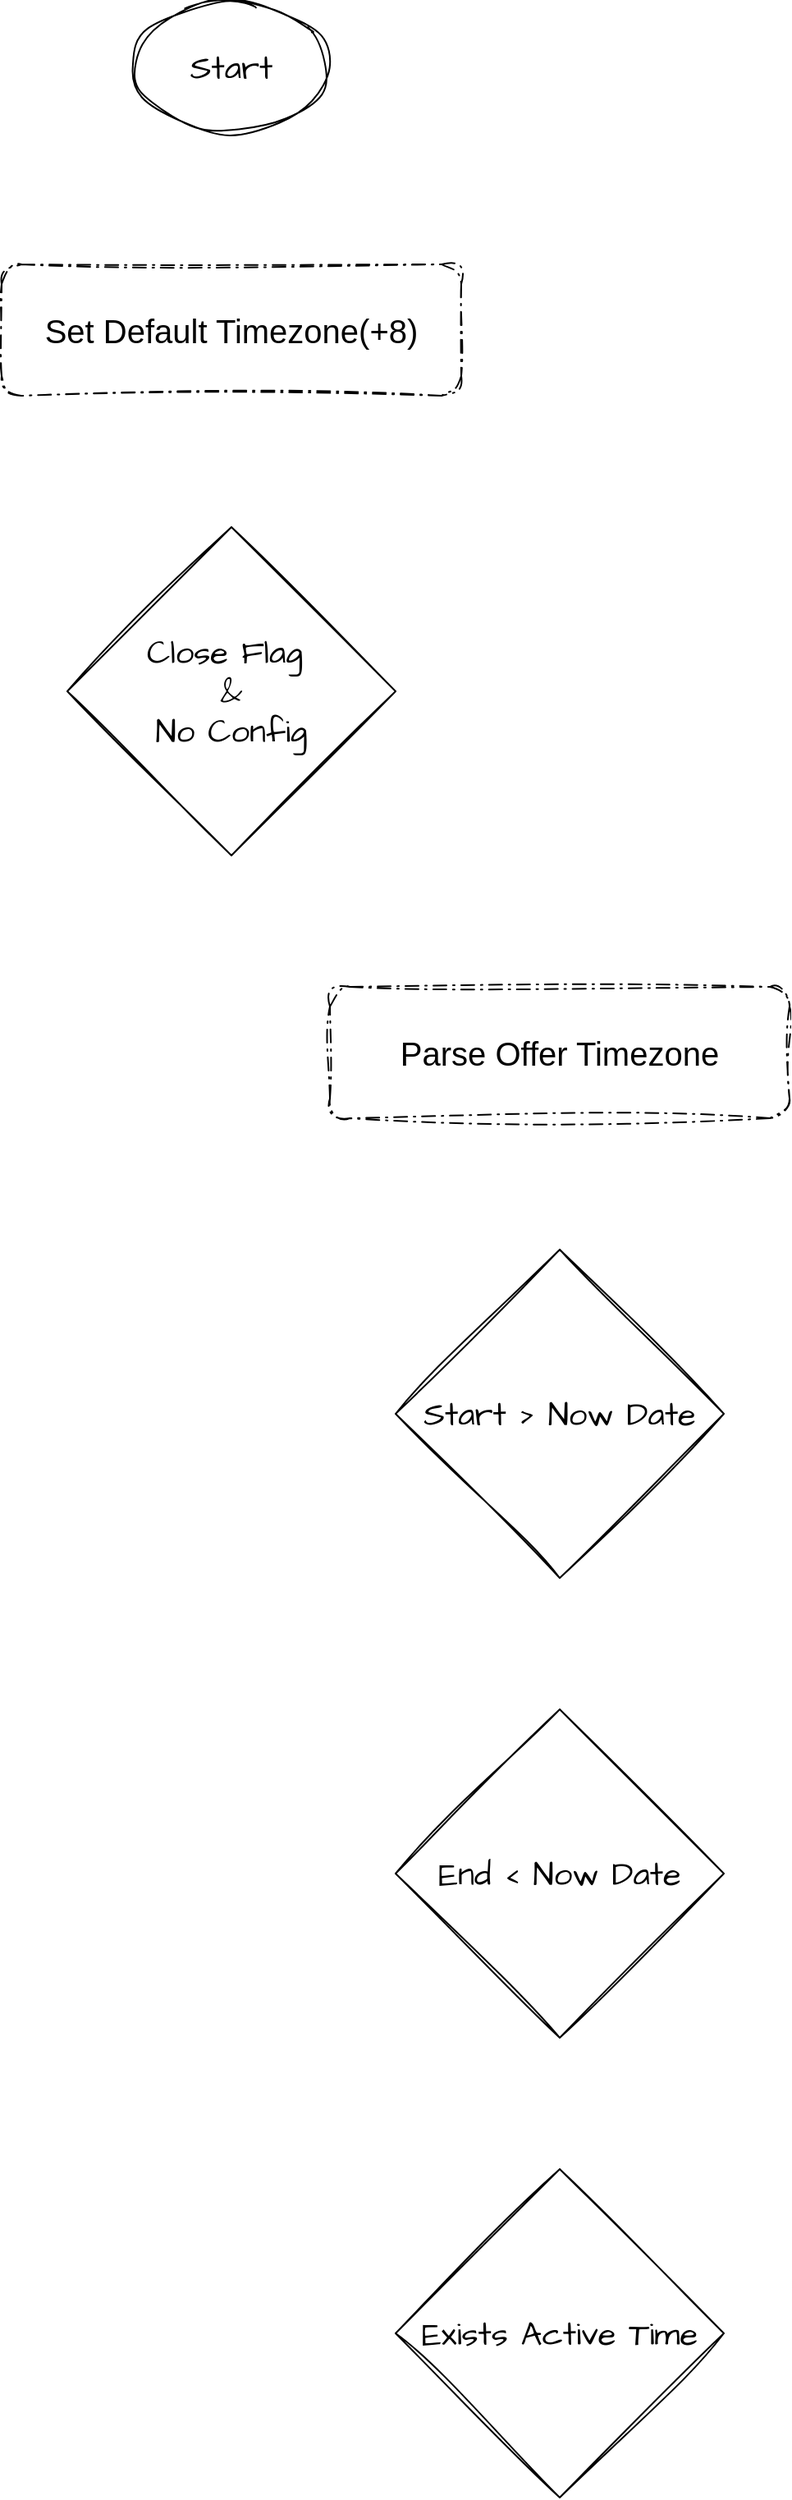
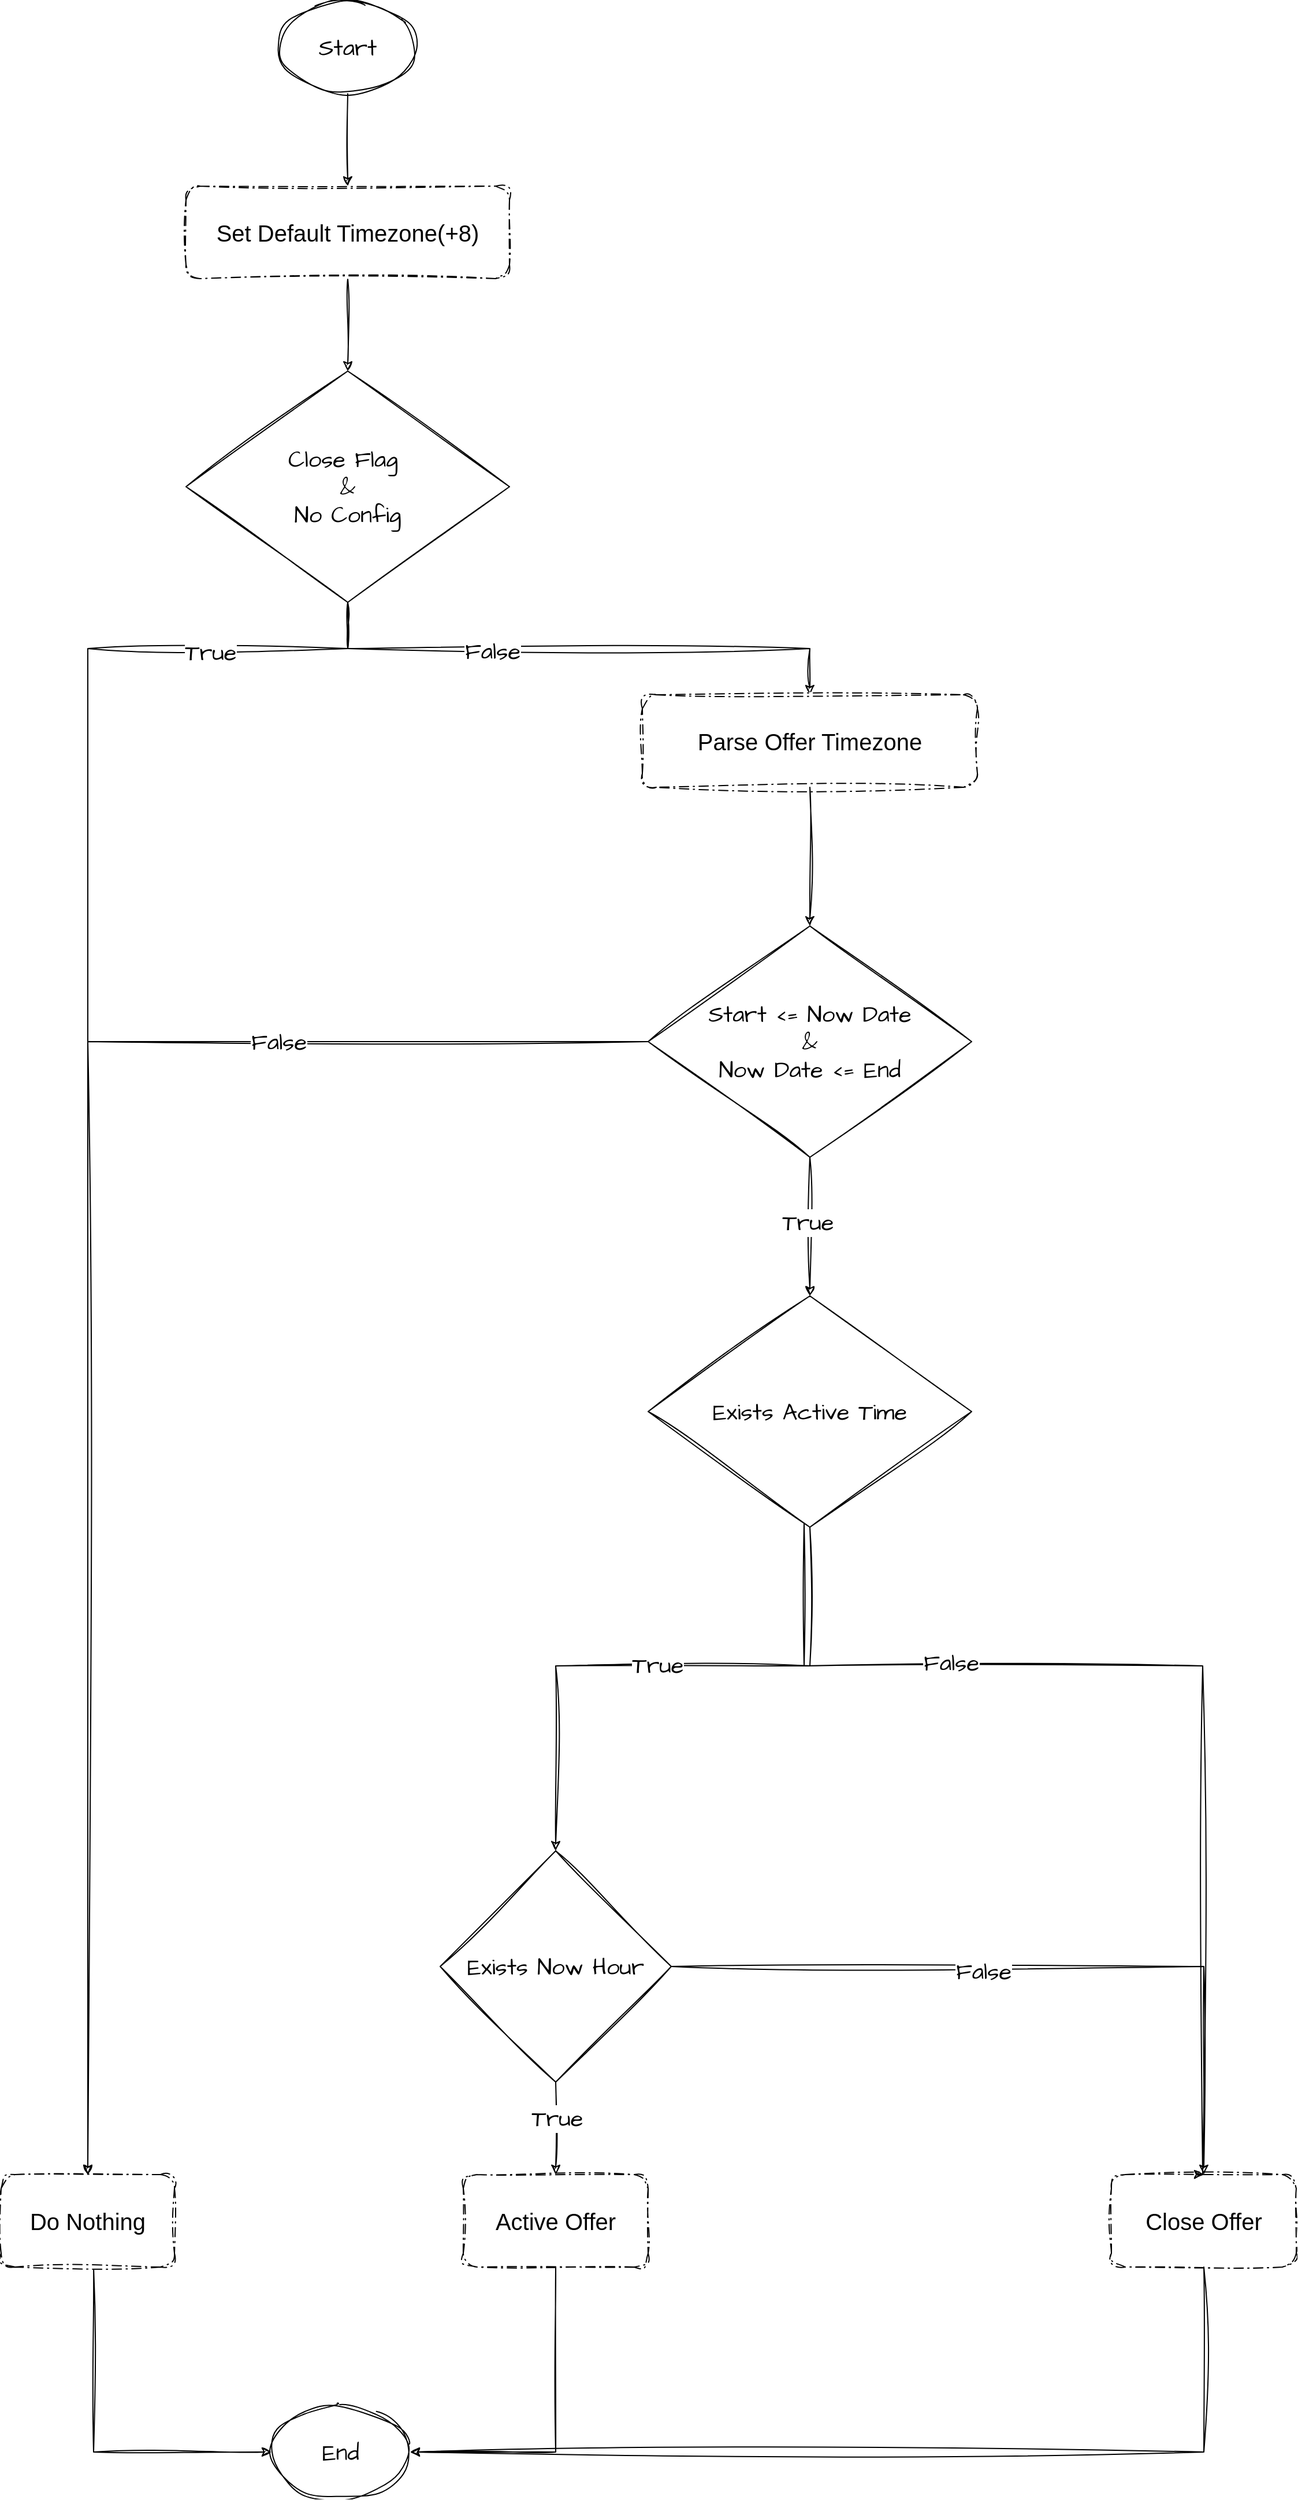
<mxfile host="app.diagrams.net">
  <diagram name="第 1 页" id="VsYsFdBfNe442GyCVAxC">
-     <mxGraphModel dx="1183" dy="1923" grid="1" gridSize="10" guides="1" tooltips="1" connect="1" arrows="1" fold="1" page="1" pageScale="1" pageWidth="827" pageHeight="1169" math="0" shadow="0">
+     <mxGraphModel dx="1820" dy="2329" grid="1" gridSize="10" guides="1" tooltips="1" connect="1" arrows="1" fold="1" page="1" pageScale="1" pageWidth="827" pageHeight="1169" math="0" shadow="0">
      <root>
        <mxCell id="0" />
        <mxCell id="1" parent="0" />
+         <mxCell id="EiLqpoIhUZTSIZsp2EPO-7" edge="1" parent="1" source="5ZYaU1pR79sKtBdsva1v-1" style="edgeStyle=orthogonalEdgeStyle;rounded=0;sketch=1;hachureGap=4;jiggle=2;curveFitting=1;orthogonalLoop=1;jettySize=auto;html=1;fontFamily=Architects Daughter;fontSource=https%3A%2F%2Ffonts.googleapis.com%2Fcss%3Ffamily%3DArchitects%2BDaughter;" target="5ZYaU1pR79sKtBdsva1v-3" value="">
+           <mxGeometry relative="1" as="geometry" />
+         </mxCell>
        <mxCell id="5ZYaU1pR79sKtBdsva1v-1" parent="1" style="rounded=1;whiteSpace=wrap;html=1;sketch=1;curveFitting=1;jiggle=2;dashed=1;dashPattern=8 4 1 4;" value="&lt;font style=&quot;font-size: 20px;&quot;&gt;Set Default Timezone(+8)&lt;/font&gt;" vertex="1">
-           <mxGeometry height="80" width="280" x="240" y="120" as="geometry" />
+           <mxGeometry height="80" width="280" x="280" y="120" as="geometry" />
+         </mxCell>
+         <mxCell id="EiLqpoIhUZTSIZsp2EPO-6" edge="1" parent="1" source="5ZYaU1pR79sKtBdsva1v-2" style="edgeStyle=orthogonalEdgeStyle;rounded=0;sketch=1;hachureGap=4;jiggle=2;curveFitting=1;orthogonalLoop=1;jettySize=auto;html=1;entryX=0.5;entryY=0;entryDx=0;entryDy=0;fontFamily=Architects Daughter;fontSource=https%3A%2F%2Ffonts.googleapis.com%2Fcss%3Ffamily%3DArchitects%2BDaughter;" target="5ZYaU1pR79sKtBdsva1v-1">
+           <mxGeometry relative="1" as="geometry" />
        </mxCell>
        <mxCell id="5ZYaU1pR79sKtBdsva1v-2" parent="1" style="ellipse;whiteSpace=wrap;html=1;sketch=1;hachureGap=4;jiggle=2;curveFitting=1;fontFamily=Architects Daughter;fontSource=https%3A%2F%2Ffonts.googleapis.com%2Fcss%3Ffamily%3DArchitects%2BDaughter;" value="&lt;font style=&quot;font-size: 20px;&quot;&gt;Start&lt;/font&gt;" vertex="1">
-           <mxGeometry height="80" width="120" x="320" y="-40" as="geometry" />
+           <mxGeometry height="80" width="120" x="360" y="-40" as="geometry" />
+         </mxCell>
+         <mxCell id="EiLqpoIhUZTSIZsp2EPO-8" edge="1" parent="1" source="5ZYaU1pR79sKtBdsva1v-3" style="edgeStyle=orthogonalEdgeStyle;rounded=0;sketch=1;hachureGap=4;jiggle=2;curveFitting=1;orthogonalLoop=1;jettySize=auto;html=1;exitX=0.5;exitY=1;exitDx=0;exitDy=0;entryX=0.5;entryY=0;entryDx=0;entryDy=0;fontFamily=Architects Daughter;fontSource=https%3A%2F%2Ffonts.googleapis.com%2Fcss%3Ffamily%3DArchitects%2BDaughter;" target="5ZYaU1pR79sKtBdsva1v-4">
+           <mxGeometry relative="1" as="geometry" />
+         </mxCell>
+         <mxCell id="EiLqpoIhUZTSIZsp2EPO-9" connectable="0" parent="EiLqpoIhUZTSIZsp2EPO-8" style="edgeLabel;html=1;align=center;verticalAlign=middle;resizable=0;points=[];fontFamily=Architects Daughter;fontSource=https%3A%2F%2Ffonts.googleapis.com%2Fcss%3Ffamily%3DArchitects%2BDaughter;" value="&lt;font style=&quot;font-size: 20px;&quot;&gt;False&lt;/font&gt;" vertex="1">
+           <mxGeometry relative="1" x="-0.312" y="-2" as="geometry">
+             <mxPoint as="offset" />
+           </mxGeometry>
+         </mxCell>
+         <mxCell id="EiLqpoIhUZTSIZsp2EPO-18" edge="1" parent="1" source="5ZYaU1pR79sKtBdsva1v-3" style="edgeStyle=orthogonalEdgeStyle;rounded=0;sketch=1;hachureGap=4;jiggle=2;curveFitting=1;orthogonalLoop=1;jettySize=auto;html=1;exitX=0.5;exitY=1;exitDx=0;exitDy=0;entryX=0.5;entryY=0;entryDx=0;entryDy=0;fontFamily=Architects Daughter;fontSource=https%3A%2F%2Ffonts.googleapis.com%2Fcss%3Ffamily%3DArchitects%2BDaughter;" target="EiLqpoIhUZTSIZsp2EPO-2">
+           <mxGeometry relative="1" as="geometry">
+             <Array as="points">
+               <mxPoint x="420" y="520" />
+               <mxPoint x="195" y="520" />
+             </Array>
+           </mxGeometry>
+         </mxCell>
+         <mxCell id="EiLqpoIhUZTSIZsp2EPO-47" connectable="0" parent="EiLqpoIhUZTSIZsp2EPO-18" style="edgeLabel;html=1;align=center;verticalAlign=middle;resizable=0;points=[];fontFamily=Architects Daughter;fontSource=https%3A%2F%2Ffonts.googleapis.com%2Fcss%3Ffamily%3DArchitects%2BDaughter;" value="&lt;font style=&quot;font-size: 20px;&quot;&gt;True&lt;/font&gt;" vertex="1">
+           <mxGeometry relative="1" x="-0.7825" y="3" as="geometry">
+             <mxPoint x="13" as="offset" />
+           </mxGeometry>
        </mxCell>
        <mxCell id="5ZYaU1pR79sKtBdsva1v-3" parent="1" style="rhombus;whiteSpace=wrap;html=1;sketch=1;hachureGap=4;jiggle=2;curveFitting=1;fontFamily=Architects Daughter;fontSource=https%3A%2F%2Ffonts.googleapis.com%2Fcss%3Ffamily%3DArchitects%2BDaughter;" value="&lt;div&gt;&lt;font style=&quot;font-size: 20px;&quot;&gt;Close Flag&amp;nbsp;&lt;/font&gt;&lt;/div&gt;&lt;div&gt;&lt;font style=&quot;font-size: 20px;&quot;&gt;&amp;amp;&lt;/font&gt;&lt;/div&gt;&lt;font style=&quot;font-size: 20px;&quot;&gt;No Config&lt;/font&gt;" vertex="1">
-           <mxGeometry height="200" width="200" x="280" y="280" as="geometry" />
+           <mxGeometry height="200" width="280" x="280" y="280" as="geometry" />
+         </mxCell>
+         <mxCell id="EiLqpoIhUZTSIZsp2EPO-46" edge="1" parent="1" source="5ZYaU1pR79sKtBdsva1v-4" style="edgeStyle=orthogonalEdgeStyle;rounded=0;sketch=1;hachureGap=4;jiggle=2;curveFitting=1;orthogonalLoop=1;jettySize=auto;html=1;entryX=0.5;entryY=0;entryDx=0;entryDy=0;fontFamily=Architects Daughter;fontSource=https%3A%2F%2Ffonts.googleapis.com%2Fcss%3Ffamily%3DArchitects%2BDaughter;" target="5ZYaU1pR79sKtBdsva1v-5">
+           <mxGeometry relative="1" as="geometry" />
        </mxCell>
        <mxCell id="5ZYaU1pR79sKtBdsva1v-4" parent="1" style="rounded=1;whiteSpace=wrap;html=1;sketch=1;curveFitting=1;jiggle=2;dashed=1;dashPattern=8 4 1 4;" value="&lt;font style=&quot;font-size: 20px;&quot;&gt;Parse Offer Timezone&lt;/font&gt;" vertex="1">
-           <mxGeometry height="80" width="280" x="440" y="560" as="geometry" />
+           <mxGeometry height="80" width="290" x="675" y="560" as="geometry" />
        </mxCell>
-         <mxCell id="5ZYaU1pR79sKtBdsva1v-5" parent="1" style="rhombus;whiteSpace=wrap;html=1;sketch=1;hachureGap=4;jiggle=2;curveFitting=1;fontFamily=Architects Daughter;fontSource=https://fonts.googleapis.com/css?family=Architects+Daughter;" value="&lt;div&gt;&lt;span style=&quot;font-size: 20px;&quot;&gt;Start &amp;gt; Now Date&lt;/span&gt;&lt;/div&gt;" vertex="1">
-           <mxGeometry height="200" width="200" x="480" y="720" as="geometry" />
+         <mxCell id="EiLqpoIhUZTSIZsp2EPO-13" edge="1" parent="1" source="5ZYaU1pR79sKtBdsva1v-5" style="edgeStyle=orthogonalEdgeStyle;rounded=0;sketch=1;hachureGap=4;jiggle=2;curveFitting=1;orthogonalLoop=1;jettySize=auto;html=1;fontFamily=Architects Daughter;fontSource=https%3A%2F%2Ffonts.googleapis.com%2Fcss%3Ffamily%3DArchitects%2BDaughter;entryX=0.5;entryY=0;entryDx=0;entryDy=0;" target="5ZYaU1pR79sKtBdsva1v-7" value="">
+           <mxGeometry relative="1" as="geometry">
+             <mxPoint x="815" y="1000" as="targetPoint" />
+           </mxGeometry>
        </mxCell>
-         <mxCell id="5ZYaU1pR79sKtBdsva1v-6" parent="1" style="rhombus;whiteSpace=wrap;html=1;sketch=1;hachureGap=4;jiggle=2;curveFitting=1;fontFamily=Architects Daughter;fontSource=https://fonts.googleapis.com/css?family=Architects+Daughter;" value="&lt;div&gt;&lt;span style=&quot;font-size: 20px;&quot;&gt;End &amp;lt; Now Date&lt;/span&gt;&lt;/div&gt;" vertex="1">
-           <mxGeometry height="200" width="200" x="480" y="1000" as="geometry" />
+         <mxCell id="EiLqpoIhUZTSIZsp2EPO-15" connectable="0" parent="EiLqpoIhUZTSIZsp2EPO-13" style="edgeLabel;html=1;align=center;verticalAlign=middle;resizable=0;points=[];fontFamily=Architects Daughter;fontSource=https%3A%2F%2Ffonts.googleapis.com%2Fcss%3Ffamily%3DArchitects%2BDaughter;" value="&lt;font style=&quot;font-size: 20px;&quot;&gt;True&lt;/font&gt;" vertex="1">
+           <mxGeometry relative="1" x="-0.0813" y="-1" as="geometry">
+             <mxPoint x="-1" y="1" as="offset" />
+           </mxGeometry>
+         </mxCell>
+         <mxCell id="EiLqpoIhUZTSIZsp2EPO-22" edge="1" parent="1" source="5ZYaU1pR79sKtBdsva1v-5" style="edgeStyle=orthogonalEdgeStyle;rounded=0;sketch=1;hachureGap=4;jiggle=2;curveFitting=1;orthogonalLoop=1;jettySize=auto;html=1;exitX=0;exitY=0.5;exitDx=0;exitDy=0;entryX=0.5;entryY=0;entryDx=0;entryDy=0;fontFamily=Architects Daughter;fontSource=https%3A%2F%2Ffonts.googleapis.com%2Fcss%3Ffamily%3DArchitects%2BDaughter;" target="EiLqpoIhUZTSIZsp2EPO-2">
+           <mxGeometry relative="1" as="geometry" />
+         </mxCell>
+         <mxCell id="EiLqpoIhUZTSIZsp2EPO-23" connectable="0" parent="EiLqpoIhUZTSIZsp2EPO-22" style="edgeLabel;html=1;align=center;verticalAlign=middle;resizable=0;points=[];fontFamily=Architects Daughter;fontSource=https%3A%2F%2Ffonts.googleapis.com%2Fcss%3Ffamily%3DArchitects%2BDaughter;" value="&lt;font style=&quot;font-size: 20px;&quot;&gt;False&lt;/font&gt;" vertex="1">
+           <mxGeometry relative="1" x="-0.5626" as="geometry">
+             <mxPoint as="offset" />
+           </mxGeometry>
+         </mxCell>
+         <mxCell id="5ZYaU1pR79sKtBdsva1v-5" parent="1" style="rhombus;whiteSpace=wrap;html=1;sketch=1;hachureGap=4;jiggle=2;curveFitting=1;fontFamily=Architects Daughter;fontSource=https://fonts.googleapis.com/css?family=Architects+Daughter;" value="&lt;div&gt;&lt;span style=&quot;font-size: 20px;&quot;&gt;Start &amp;lt;= Now Date&lt;/span&gt;&lt;/div&gt;&lt;div&gt;&lt;span style=&quot;font-size: 20px;&quot;&gt;&amp;amp;&lt;/span&gt;&lt;/div&gt;&lt;div&gt;&lt;span style=&quot;font-size: 20px;&quot;&gt;Now Date &amp;lt;= End&lt;/span&gt;&lt;span style=&quot;font-size: 20px;&quot;&gt;&lt;/span&gt;&lt;/div&gt;" vertex="1">
+           <mxGeometry height="200" width="280" x="680" y="760" as="geometry" />
+         </mxCell>
+         <mxCell id="EiLqpoIhUZTSIZsp2EPO-28" edge="1" parent="1" source="5ZYaU1pR79sKtBdsva1v-7" style="edgeStyle=orthogonalEdgeStyle;rounded=0;sketch=1;hachureGap=4;jiggle=2;curveFitting=1;orthogonalLoop=1;jettySize=auto;html=1;exitX=0.5;exitY=1;exitDx=0;exitDy=0;fontFamily=Architects Daughter;fontSource=https%3A%2F%2Ffonts.googleapis.com%2Fcss%3Ffamily%3DArchitects%2BDaughter;" target="EiLqpoIhUZTSIZsp2EPO-27">
+           <mxGeometry relative="1" as="geometry">
+             <Array as="points">
+               <mxPoint x="820" y="1400" />
+               <mxPoint x="600" y="1400" />
+             </Array>
+           </mxGeometry>
+         </mxCell>
+         <mxCell id="EiLqpoIhUZTSIZsp2EPO-32" connectable="0" parent="EiLqpoIhUZTSIZsp2EPO-28" style="edgeLabel;html=1;align=center;verticalAlign=middle;resizable=0;points=[];fontFamily=Architects Daughter;fontSource=https%3A%2F%2Ffonts.googleapis.com%2Fcss%3Ffamily%3DArchitects%2BDaughter;" value="&lt;font style=&quot;font-size: 20px;&quot;&gt;True&lt;/font&gt;" vertex="1">
+           <mxGeometry relative="1" x="0.0092" y="-1" as="geometry">
+             <mxPoint as="offset" />
+           </mxGeometry>
+         </mxCell>
+         <mxCell id="EiLqpoIhUZTSIZsp2EPO-29" edge="1" parent="1" source="5ZYaU1pR79sKtBdsva1v-7" style="edgeStyle=orthogonalEdgeStyle;rounded=0;sketch=1;hachureGap=4;jiggle=2;curveFitting=1;orthogonalLoop=1;jettySize=auto;html=1;entryX=0.5;entryY=0;entryDx=0;entryDy=0;fontFamily=Architects Daughter;fontSource=https%3A%2F%2Ffonts.googleapis.com%2Fcss%3Ffamily%3DArchitects%2BDaughter;" target="EiLqpoIhUZTSIZsp2EPO-3">
+           <mxGeometry relative="1" as="geometry">
+             <Array as="points">
+               <mxPoint x="815" y="1400" />
+               <mxPoint x="1160" y="1400" />
+               <mxPoint x="1160" y="1840" />
+             </Array>
+           </mxGeometry>
+         </mxCell>
+         <mxCell id="EiLqpoIhUZTSIZsp2EPO-31" connectable="0" parent="EiLqpoIhUZTSIZsp2EPO-29" style="edgeLabel;html=1;align=center;verticalAlign=middle;resizable=0;points=[];fontFamily=Architects Daughter;fontSource=https%3A%2F%2Ffonts.googleapis.com%2Fcss%3Ffamily%3DArchitects%2BDaughter;" value="&lt;font style=&quot;font-size: 20px;&quot;&gt;False&lt;/font&gt;" vertex="1">
+           <mxGeometry relative="1" x="-0.4509" y="3" as="geometry">
+             <mxPoint x="1" as="offset" />
+           </mxGeometry>
        </mxCell>
        <mxCell id="5ZYaU1pR79sKtBdsva1v-7" parent="1" style="rhombus;whiteSpace=wrap;html=1;sketch=1;hachureGap=4;jiggle=2;curveFitting=1;fontFamily=Architects Daughter;fontSource=https://fonts.googleapis.com/css?family=Architects+Daughter;" value="&lt;div&gt;&lt;span style=&quot;font-size: 20px;&quot;&gt;Exists Active Time&lt;/span&gt;&lt;/div&gt;" vertex="1">
-           <mxGeometry height="200" width="200" x="480" y="1280" as="geometry" />
+           <mxGeometry height="200" width="280" x="680" y="1080" as="geometry" />
+         </mxCell>
+         <mxCell id="EiLqpoIhUZTSIZsp2EPO-1" parent="1" style="ellipse;whiteSpace=wrap;html=1;sketch=1;hachureGap=4;jiggle=2;curveFitting=1;fontFamily=Architects Daughter;fontSource=https://fonts.googleapis.com/css?family=Architects+Daughter;" value="&lt;font style=&quot;font-size: 20px;&quot;&gt;End&lt;/font&gt;" vertex="1">
+           <mxGeometry height="80" width="120" x="354" y="2040" as="geometry" />
+         </mxCell>
+         <mxCell id="EiLqpoIhUZTSIZsp2EPO-41" edge="1" parent="1" source="EiLqpoIhUZTSIZsp2EPO-2" style="edgeStyle=orthogonalEdgeStyle;rounded=0;sketch=1;hachureGap=4;jiggle=2;curveFitting=1;orthogonalLoop=1;jettySize=auto;html=1;entryX=0;entryY=0.5;entryDx=0;entryDy=0;fontFamily=Architects Daughter;fontSource=https%3A%2F%2Ffonts.googleapis.com%2Fcss%3Ffamily%3DArchitects%2BDaughter;" target="EiLqpoIhUZTSIZsp2EPO-1">
+           <mxGeometry relative="1" as="geometry">
+             <Array as="points">
+               <mxPoint x="200" y="2080" />
+             </Array>
+           </mxGeometry>
+         </mxCell>
+         <mxCell id="EiLqpoIhUZTSIZsp2EPO-2" parent="1" style="rounded=1;whiteSpace=wrap;html=1;sketch=1;curveFitting=1;jiggle=2;dashed=1;dashPattern=8 4 1 4;" value="&lt;font style=&quot;font-size: 20px;&quot;&gt;Do Nothing&lt;/font&gt;" vertex="1">
+           <mxGeometry height="80" width="150" x="120" y="1840" as="geometry" />
+         </mxCell>
+         <mxCell id="EiLqpoIhUZTSIZsp2EPO-44" edge="1" parent="1" source="EiLqpoIhUZTSIZsp2EPO-3" style="edgeStyle=orthogonalEdgeStyle;rounded=0;sketch=1;hachureGap=4;jiggle=2;curveFitting=1;orthogonalLoop=1;jettySize=auto;html=1;entryX=1;entryY=0.5;entryDx=0;entryDy=0;fontFamily=Architects Daughter;fontSource=https%3A%2F%2Ffonts.googleapis.com%2Fcss%3Ffamily%3DArchitects%2BDaughter;" target="EiLqpoIhUZTSIZsp2EPO-1">
+           <mxGeometry relative="1" as="geometry">
+             <Array as="points">
+               <mxPoint x="1161" y="2080" />
+             </Array>
+           </mxGeometry>
+         </mxCell>
+         <mxCell id="EiLqpoIhUZTSIZsp2EPO-3" parent="1" style="rounded=1;whiteSpace=wrap;html=1;sketch=1;curveFitting=1;jiggle=2;dashed=1;dashPattern=8 4 1 4;" value="&lt;span style=&quot;font-size: 20px;&quot;&gt;Close Offer&lt;/span&gt;" vertex="1">
+           <mxGeometry height="80" width="160" x="1081" y="1840" as="geometry" />
+         </mxCell>
+         <mxCell id="EiLqpoIhUZTSIZsp2EPO-42" edge="1" parent="1" source="EiLqpoIhUZTSIZsp2EPO-4" style="edgeStyle=orthogonalEdgeStyle;rounded=0;sketch=1;hachureGap=4;jiggle=2;curveFitting=1;orthogonalLoop=1;jettySize=auto;html=1;entryX=1;entryY=0.5;entryDx=0;entryDy=0;fontFamily=Architects Daughter;fontSource=https%3A%2F%2Ffonts.googleapis.com%2Fcss%3Ffamily%3DArchitects%2BDaughter;exitX=0.5;exitY=1;exitDx=0;exitDy=0;" target="EiLqpoIhUZTSIZsp2EPO-1">
+           <mxGeometry relative="1" as="geometry" />
+         </mxCell>
+         <mxCell id="EiLqpoIhUZTSIZsp2EPO-4" parent="1" style="rounded=1;whiteSpace=wrap;html=1;sketch=1;curveFitting=1;jiggle=2;dashed=1;dashPattern=8 4 1 4;" value="&lt;span style=&quot;font-size: 20px;&quot;&gt;Active Offer&lt;/span&gt;" vertex="1">
+           <mxGeometry height="80" width="160" x="520" y="1840" as="geometry" />
+         </mxCell>
+         <mxCell id="EiLqpoIhUZTSIZsp2EPO-37" edge="1" parent="1" source="EiLqpoIhUZTSIZsp2EPO-27" style="edgeStyle=orthogonalEdgeStyle;rounded=0;sketch=1;hachureGap=4;jiggle=2;curveFitting=1;orthogonalLoop=1;jettySize=auto;html=1;exitX=1;exitY=0.5;exitDx=0;exitDy=0;entryX=0.5;entryY=0;entryDx=0;entryDy=0;fontFamily=Architects Daughter;fontSource=https%3A%2F%2Ffonts.googleapis.com%2Fcss%3Ffamily%3DArchitects%2BDaughter;" target="EiLqpoIhUZTSIZsp2EPO-3">
+           <mxGeometry relative="1" as="geometry" />
+         </mxCell>
+         <mxCell id="EiLqpoIhUZTSIZsp2EPO-39" connectable="0" parent="EiLqpoIhUZTSIZsp2EPO-37" style="edgeLabel;html=1;align=center;verticalAlign=middle;resizable=0;points=[];fontFamily=Architects Daughter;fontSource=https%3A%2F%2Ffonts.googleapis.com%2Fcss%3Ffamily%3DArchitects%2BDaughter;" value="&lt;font style=&quot;font-size: 20px;&quot;&gt;False&lt;/font&gt;" vertex="1">
+           <mxGeometry relative="1" x="-0.1576" y="-4" as="geometry">
+             <mxPoint as="offset" />
+           </mxGeometry>
+         </mxCell>
+         <mxCell id="EiLqpoIhUZTSIZsp2EPO-38" edge="1" parent="1" source="EiLqpoIhUZTSIZsp2EPO-27" style="edgeStyle=orthogonalEdgeStyle;rounded=0;sketch=1;hachureGap=4;jiggle=2;curveFitting=1;orthogonalLoop=1;jettySize=auto;html=1;entryX=0.5;entryY=0;entryDx=0;entryDy=0;fontFamily=Architects Daughter;fontSource=https%3A%2F%2Ffonts.googleapis.com%2Fcss%3Ffamily%3DArchitects%2BDaughter;" target="EiLqpoIhUZTSIZsp2EPO-4">
+           <mxGeometry relative="1" as="geometry" />
+         </mxCell>
+         <mxCell id="EiLqpoIhUZTSIZsp2EPO-40" connectable="0" parent="EiLqpoIhUZTSIZsp2EPO-38" style="edgeLabel;html=1;align=center;verticalAlign=middle;resizable=0;points=[];fontFamily=Architects Daughter;fontSource=https%3A%2F%2Ffonts.googleapis.com%2Fcss%3Ffamily%3DArchitects%2BDaughter;" value="&lt;font style=&quot;font-size: 20px;&quot;&gt;True&lt;/font&gt;" vertex="1">
+           <mxGeometry relative="1" x="-0.2214" y="1" as="geometry">
+             <mxPoint as="offset" />
+           </mxGeometry>
+         </mxCell>
+         <mxCell id="EiLqpoIhUZTSIZsp2EPO-27" parent="1" style="rhombus;whiteSpace=wrap;html=1;sketch=1;hachureGap=4;jiggle=2;curveFitting=1;fontFamily=Architects Daughter;fontSource=https://fonts.googleapis.com/css?family=Architects+Daughter;" value="&lt;div&gt;&lt;span style=&quot;font-size: 20px;&quot;&gt;Exists Now Hour&lt;/span&gt;&lt;/div&gt;" vertex="1">
+           <mxGeometry height="200" width="200" x="500" y="1560" as="geometry" />
        </mxCell>
      </root>
    </mxGraphModel>
  </diagram>
</mxfile>
